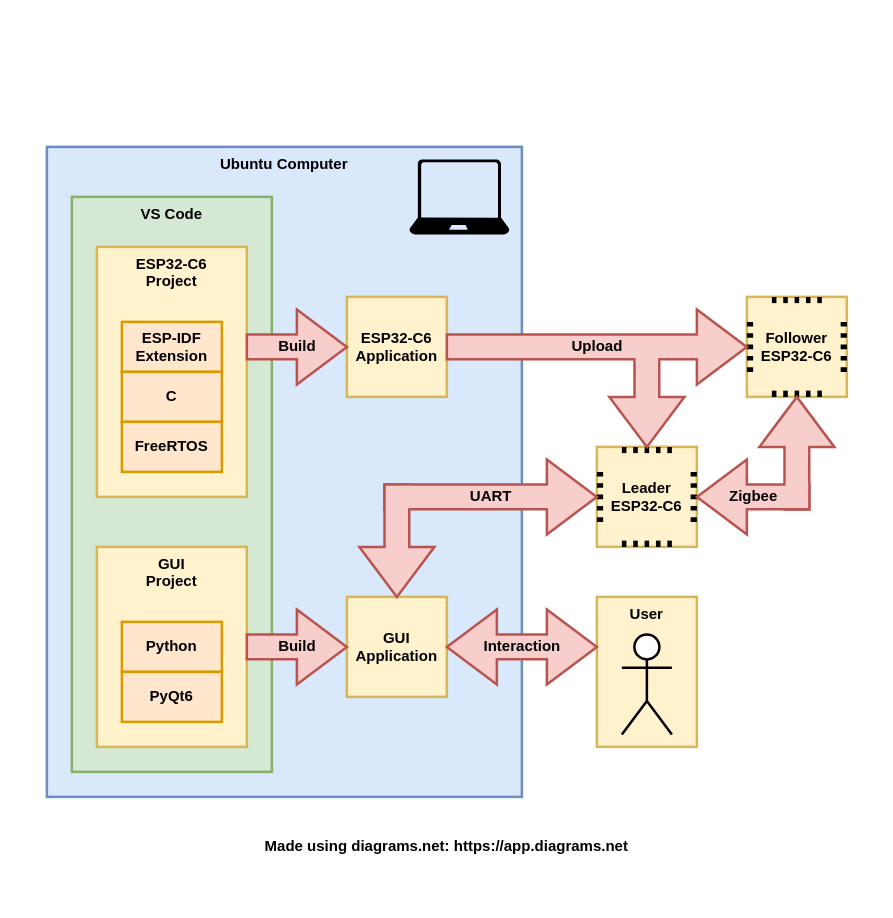
TravisFredrickson/ECE_406 keeps this draw.io diagram as Images/Block Diagram.drawio. Above is the earlier version. Source tidied: cells renumbered, new cells numbered last; positions are measured from the earlier drawing's top-left corner, leaving out a move shared by most shapes. Both pictures are drawn from the tidied source at 125%, with x=0, y=0 at pixel (21, 46).
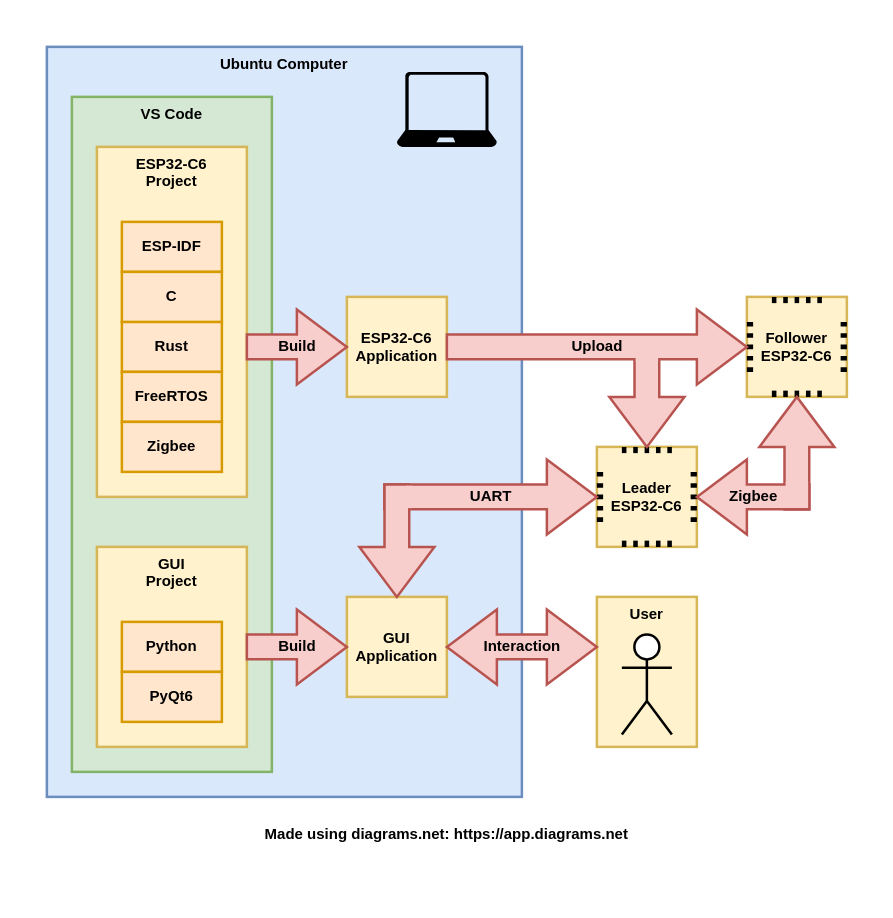
The same diagram, later.

Diff of the diagram source:
```diff
@@
     <mxCell id="2" style="rounded=0;whiteSpace=wrap;html=1;strokeWidth=2;fontStyle=1;strokeColor=none;" parent="1" vertex="1">
-      <mxGeometry width="680" height="680" as="geometry" />
+      <mxGeometry y="-20" width="680" height="680" as="geometry" />
     </mxCell>
     <mxCell id="3" value="Ubuntu Computer" style="rounded=0;whiteSpace=wrap;html=1;verticalAlign=top;align=center;strokeWidth=2;fontStyle=1;fillColor=#dae8fc;strokeColor=#6c8ebf;" parent="1" vertex="1">
-      <mxGeometry x="20" y="80" width="380" height="520" as="geometry" />
+      <mxGeometry x="20" width="380" height="600" as="geometry" />
     </mxCell>
     <mxCell id="4" value="VS Code" style="rounded=0;whiteSpace=wrap;html=1;verticalAlign=top;strokeWidth=2;fontStyle=1;fillColor=#d5e8d4;strokeColor=#82b366;" parent="1" vertex="1">
-      <mxGeometry x="40" y="120" width="160" height="460" as="geometry" />
+      <mxGeometry x="40" y="40" width="160" height="540" as="geometry" />
     </mxCell>
     <mxCell id="5" value="&lt;div&gt;ESP32-C6&lt;/div&gt;&lt;div&gt;Project&lt;/div&gt;" style="rounded=0;whiteSpace=wrap;html=1;align=center;verticalAlign=top;spacing=2;strokeWidth=2;fontStyle=1;fillColor=#fff2cc;strokeColor=#d6b656;" parent="1" vertex="1">
-      <mxGeometry x="60" y="160" width="120" height="200" as="geometry" />
+      <mxGeometry x="60" y="80" width="120" height="280" as="geometry" />
     </mxCell>
@@
-    <mxCell id="7" value="&lt;div&gt;ESP-IDF&lt;/div&gt;&lt;div&gt;Extension&lt;/div&gt;" style="rounded=0;whiteSpace=wrap;html=1;strokeWidth=2;fontStyle=1;fillColor=#ffe6cc;strokeColor=#d79b00;" parent="1" vertex="1">
+    <mxCell id="7" value="&lt;div&gt;Rust&lt;/div&gt;" style="rounded=0;whiteSpace=wrap;html=1;strokeWidth=2;fontStyle=1;fillColor=#ffe6cc;strokeColor=#d79b00;" parent="1" vertex="1">
       <mxGeometry x="80" y="220" width="80" height="40" as="geometry" />
     </mxCell>
-    <mxCell id="8" value="C" style="rounded=0;whiteSpace=wrap;html=1;strokeWidth=2;fontStyle=1;fillColor=#ffe6cc;strokeColor=#d79b00;" parent="1" vertex="1">
+    <mxCell id="8" value="FreeRTOS" style="rounded=0;whiteSpace=wrap;html=1;strokeWidth=2;fontStyle=1;fillColor=#ffe6cc;strokeColor=#d79b00;" parent="1" vertex="1">
       <mxGeometry x="80" y="260" width="80" height="40" as="geometry" />
     </mxCell>
@@
-    <mxCell id="10" value="FreeRTOS" style="rounded=0;whiteSpace=wrap;html=1;strokeWidth=2;fontStyle=1;fillColor=#ffe6cc;strokeColor=#d79b00;" parent="1" vertex="1">
+    <mxCell id="10" value="Zigbee" style="rounded=0;whiteSpace=wrap;html=1;strokeWidth=2;fontStyle=1;fillColor=#ffe6cc;strokeColor=#d79b00;" parent="1" vertex="1">
       <mxGeometry x="80" y="300" width="80" height="40" as="geometry" />
     </mxCell>
     <mxCell id="11" style="verticalLabelPosition=bottom;html=1;verticalAlign=top;align=center;strokeColor=none;fillColor=#000000;shape=mxgraph.azure.laptop;" parent="1" vertex="1">
-      <mxGeometry x="310" y="90" width="80" height="60" as="geometry" />
+      <mxGeometry x="300" y="20" width="80" height="60" as="geometry" />
     </mxCell>
@@
     <mxCell id="35" value="Made using diagrams.net: https://app.diagrams.net" style="text;html=1;align=center;verticalAlign=middle;whiteSpace=wrap;rounded=0;fontStyle=1;" parent="1" vertex="1">
-      <mxGeometry y="620" width="680" height="40" as="geometry" />
+      <mxGeometry y="610" width="680" height="40" as="geometry" />
     </mxCell>
+    <mxCell id="36" value="&lt;div&gt;ESP-IDF&lt;/div&gt;" style="rounded=0;whiteSpace=wrap;html=1;strokeWidth=2;fontStyle=1;fillColor=#ffe6cc;strokeColor=#d79b00;" parent="1" vertex="1">
+      <mxGeometry x="80" y="140" width="80" height="40" as="geometry" />
+    </mxCell>
+    <mxCell id="37" value="C" style="rounded=0;whiteSpace=wrap;html=1;strokeWidth=2;fontStyle=1;fillColor=#ffe6cc;strokeColor=#d79b00;" parent="1" vertex="1">
+      <mxGeometry x="80" y="180" width="80" height="40" as="geometry" />
+    </mxCell>
```
